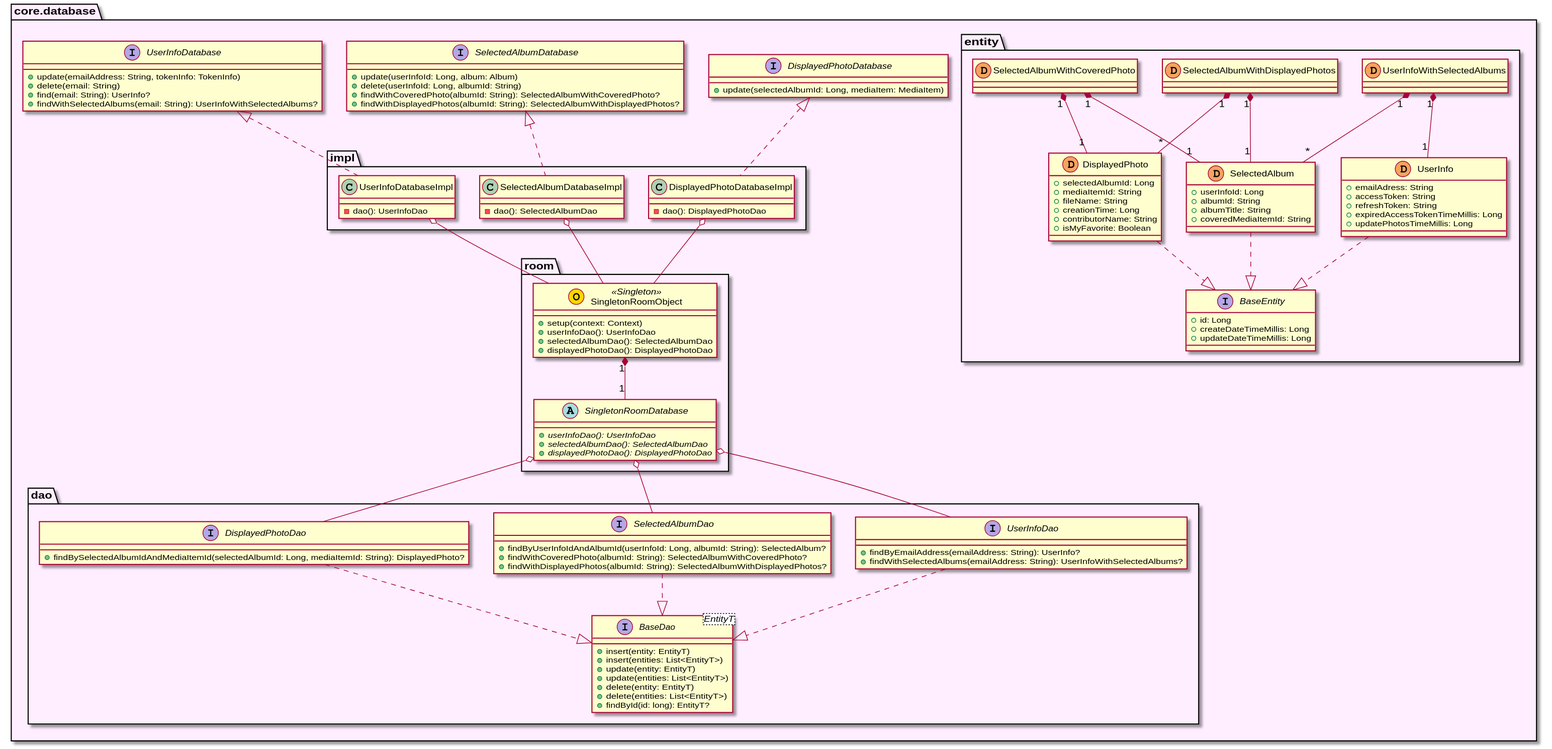
sallyluenoa/PhotoSlideShow keeps this PlantUML diagram as uml/database/class_diagram_database.svg. Above is the earlier version.
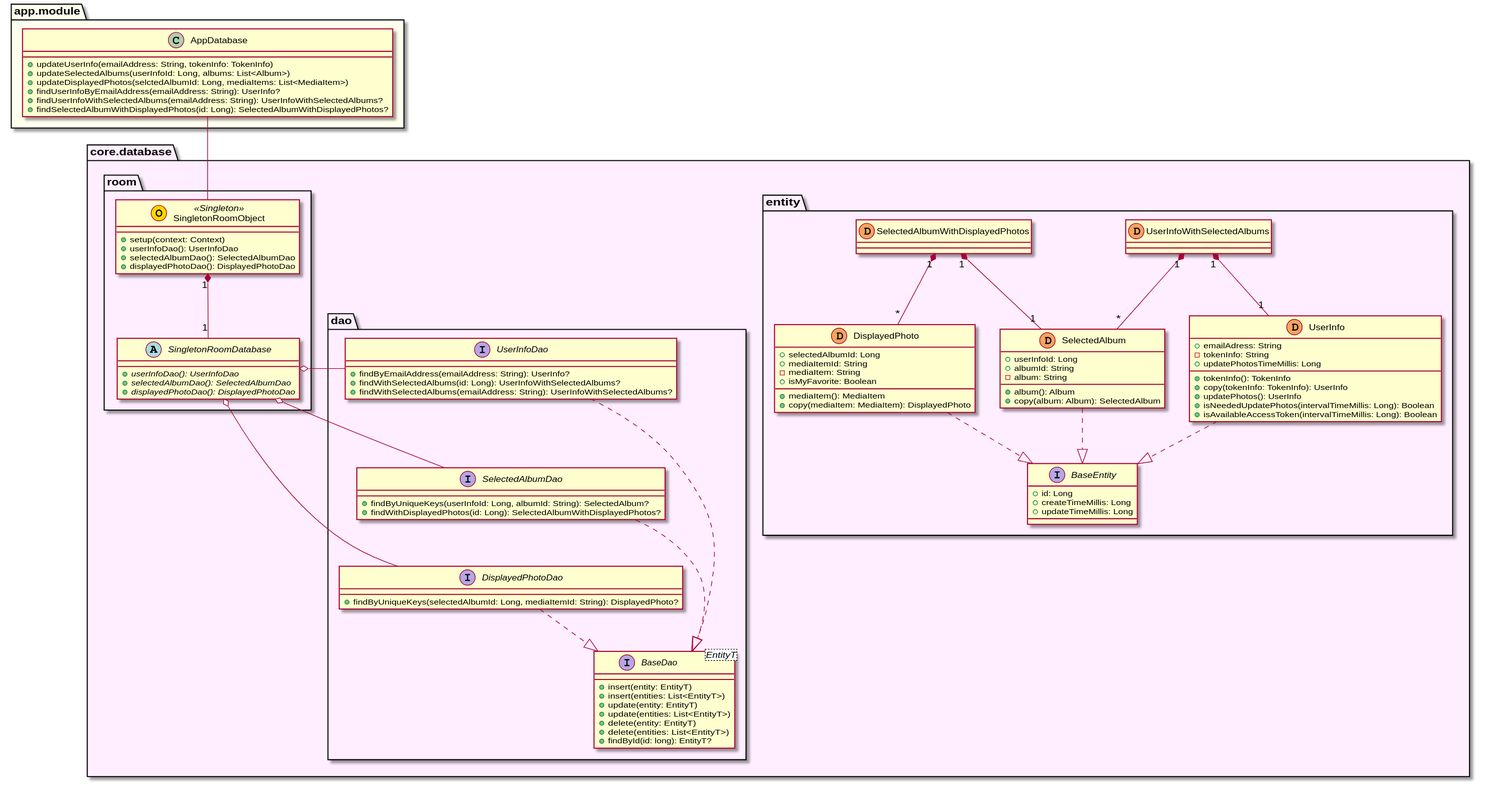
Above is the later version.

Commit message:
Write UML for design #13

* Update database design.

What changed in the source:
```diff
@@ -4,44 +4,76 @@
   namespace entity {
     interface BaseEntity {
       + id: Long
-      + createDateTimeMillis: Long
-      + updateDateTimeMillis: Long
+      + createTimeMillis: Long
+      + updateTimeMillis: Long
     }
     class UserInfo << (D, sandybrown) >> {
       + emailAdress: String
-      + accessToken: String
-      + refreshToken: String
-      + expiredAccessTokenTimeMillis: Long
+      - tokenInfo: String
       + updatePhotosTimeMillis: Long
+      + tokenInfo(): TokenInfo
+      + copy(tokenInfo: TokenInfo): UserInfo
+      + updatePhotos(): UserInfo
+      + isNeededUpdatePhotos(intervalTimeMillis: Long): Boolean
+      + isAvailableAccessToken(intervalTimeMillis: Long): Boolean
     }
     class SelectedAlbum << (D, sandybrown) >> {
       + userInfoId: Long
       + albumId: String
-      + albumTitle: String
-      + coveredMediaItemId: String
+      - album: String
+      + album(): Album
+      + copy(album: Album): SelectedAlbum
     }
     class DisplayedPhoto << (D, sandybrown) >> {
       + selectedAlbumId: Long
       + mediaItemId: String
-      + fileName: String
-      + creationTime: Long
-      + contributorName: String
+      - mediaItem: String
       + isMyFavorite: Boolean
+      + mediaItem(): MediaItem
+      + copy(mediaItem: MediaItem): DisplayedPhoto
     }
     class UserInfoWithSelectedAlbums << (D, sandybrown) >>
     class SelectedAlbumWithDisplayedPhotos << (D, sandybrown) >>
-    class SelectedAlbumWithCoveredPhoto << (D, sandybrown) >>
 
-    UserInfo .down.|> BaseEntity
-    SelectedAlbum .down.|> BaseEntity
-    DisplayedPhoto .down.|> BaseEntity
+    UserInfo ..|> BaseEntity
+    SelectedAlbum ..|> BaseEntity
+    DisplayedPhoto ..|> BaseEntity
 
-    UserInfoWithSelectedAlbums "1" *-down- "1" UserInfo
-    UserInfoWithSelectedAlbums "1" *-down- "*" SelectedAlbum
-    SelectedAlbumWithDisplayedPhotos "1" *-down- "1" SelectedAlbum
-    SelectedAlbumWithDisplayedPhotos "1" *-down- "*" DisplayedPhoto
-    SelectedAlbumWithCoveredPhoto "1" *-down- "1" SelectedAlbum
-    SelectedAlbumWithCoveredPhoto "1" *-down- "1" DisplayedPhoto
+    UserInfoWithSelectedAlbums "1" *-- "1" UserInfo
+    UserInfoWithSelectedAlbums "1" *-- "*" SelectedAlbum
+    SelectedAlbumWithDisplayedPhotos "1" *-- "1" SelectedAlbum
+    SelectedAlbumWithDisplayedPhotos "1" *-- "*" DisplayedPhoto
+  }
+
+  namespace dao {
+    interface BaseDao<EntityT> {
+      + insert(entity: EntityT)
+      + insert(entities: List<EntityT>)
+      + update(entity: EntityT)
+      + update(entities: List<EntityT>)
+      + delete(entity: EntityT)
+      + delete(entities: List<EntityT>)
+      + findById(id: long): EntityT?
+    }
+    interface UserInfoDao {
+      + findByEmailAddress(emailAddress: String): UserInfo?
+      + findWithSelectedAlbums(id: Long): UserInfoWithSelectedAlbums?
+      + findWithSelectedAlbums(emailAddress: String): UserInfoWithSelectedAlbums?
+    }
+    interface SelectedAlbumDao {
+      + findByUniqueKeys(userInfoId: Long, albumId: String): SelectedAlbum?
+      + findWithDisplayedPhotos(id: Long): SelectedAlbumWithDisplayedPhotos?
+    }
+    interface DisplayedPhotoDao {
+      + findByUniqueKeys(selectedAlbumId: Long, mediaItemId: String): DisplayedPhoto?
+    }
+
+    UserInfoDao ..|> BaseDao
+    SelectedAlbumDao ..|> BaseDao
+    DisplayedPhotoDao ..|> BaseDao
+
+    UserInfoDao -[hidden]-> SelectedAlbumDao
+    SelectedAlbumDao -[hidden]-> DisplayedPhotoDao
   }
 
   namespace room {
@@ -59,73 +91,23 @@
 
     SingletonRoomObject "1" *-down- "1" SingletonRoomDatabase
   }
-
-  namespace dao {
-    interface BaseDao<EntityT> {
-      + insert(entity: EntityT)
-      + insert(entities: List<EntityT>)
-      + update(entity: EntityT)
-      + update(entities: List<EntityT>)
-      + delete(entity: EntityT)
-      + delete(entities: List<EntityT>)
-      + findById(id: long): EntityT?
-    }
-    interface UserInfoDao {
-      + findByEmailAddress(emailAddress: String): UserInfo?
-      + findWithSelectedAlbums(emailAddress: String): UserInfoWithSelectedAlbums?
-    }
-    interface SelectedAlbumDao {
-      + findByUserInfoIdAndAlbumId(userInfoId: Long, albumId: String): SelectedAlbum?
-      + findWithCoveredPhoto(albumId: String): SelectedAlbumWithCoveredPhoto?
-      + findWithDisplayedPhotos(albumId: String): SelectedAlbumWithDisplayedPhotos?
-    }
-    interface DisplayedPhotoDao {
-      + findBySelectedAlbumIdAndMediaItemId(selectedAlbumId: Long, mediaItemId: String): DisplayedPhoto?
-    }
-
-    UserInfoDao ..|> BaseDao
-    SelectedAlbumDao ..|> BaseDao
-    DisplayedPhotoDao ..|> BaseDao
-  }
-
-  namespace impl {
-    class UserInfoDatabaseImpl {
-      - dao(): UserInfoDao
-    }
-    class SelectedAlbumDatabaseImpl {
-      - dao(): SelectedAlbumDao
-    }
-    class DisplayedPhotoDatabaseImpl {
-      - dao(): DisplayedPhotoDao
-    }
-  }
-
-  interface UserInfoDatabase {
-    + update(emailAddress: String, tokenInfo: TokenInfo)
-    + delete(email: String)
-    + find(email: String): UserInfo?
-    + findWithSelectedAlbums(email: String): UserInfoWithSelectedAlbums?
-  }
-  interface SelectedAlbumDatabase {
-    + update(userInfoId: Long, album: Album)
-    + delete(userInfoId: Long, albumId: String)
-    + findWithCoveredPhoto(albumId: String): SelectedAlbumWithCoveredPhoto?
-    + findWithDisplayedPhotos(albumId: String): SelectedAlbumWithDisplayedPhotos?
-  }
-  interface DisplayedPhotoDatabase {
-    + update(selectedAlbumId: Long, mediaItem: MediaItem)
-  }
 }
 
-core.database.impl.UserInfoDatabaseImpl .up.|> core.database.UserInfoDatabase
-core.database.impl.SelectedAlbumDatabaseImpl .up.|> core.database.SelectedAlbumDatabase
-core.database.impl.DisplayedPhotoDatabaseImpl .up.|> core.database.DisplayedPhotoDatabase
+namespace app.module #FFFFEE {
 
-core.database.impl.UserInfoDatabaseImpl o-down- core.database.room.SingletonRoomObject
-core.database.impl.SelectedAlbumDatabaseImpl o-down- core.database.room.SingletonRoomObject
-core.database.impl.DisplayedPhotoDatabaseImpl o-down- core.database.room.SingletonRoomObject
+    class AppDatabase {
+      + updateUserInfo(emailAddress: String, tokenInfo: TokenInfo)
+      + updateSelectedAlbums(userInfoId: Long, albums: List<Album>)
+      + updateDisplayedPhotos(selctedAlbumId: Long, mediaItems: List<MediaItem>)
+      + findUserInfoByEmailAddress(emailAddress: String): UserInfo?
+      + findUserInfoWithSelectedAlbums(emailAddress: String): UserInfoWithSelectedAlbums?
+      + findSelectedAlbumWithDisplayedPhotos(id: Long): SelectedAlbumWithDisplayedPhotos?
+    }
+}
 
-core.database.room.SingletonRoomDatabase o-down- core.database.dao.UserInfoDao
-core.database.room.SingletonRoomDatabase o-down- core.database.dao.SelectedAlbumDao
-core.database.room.SingletonRoomDatabase o-down- core.database.dao.DisplayedPhotoDao
+core.database.room.SingletonRoomDatabase o-right- core.database.dao.UserInfoDao
+core.database.room.SingletonRoomDatabase o-right- core.database.dao.SelectedAlbumDao
+core.database.room.SingletonRoomDatabase o-right- core.database.dao.DisplayedPhotoDao
+
+app.module.AppDatabase -- core.database.room.SingletonRoomObject
 @enduml
```
